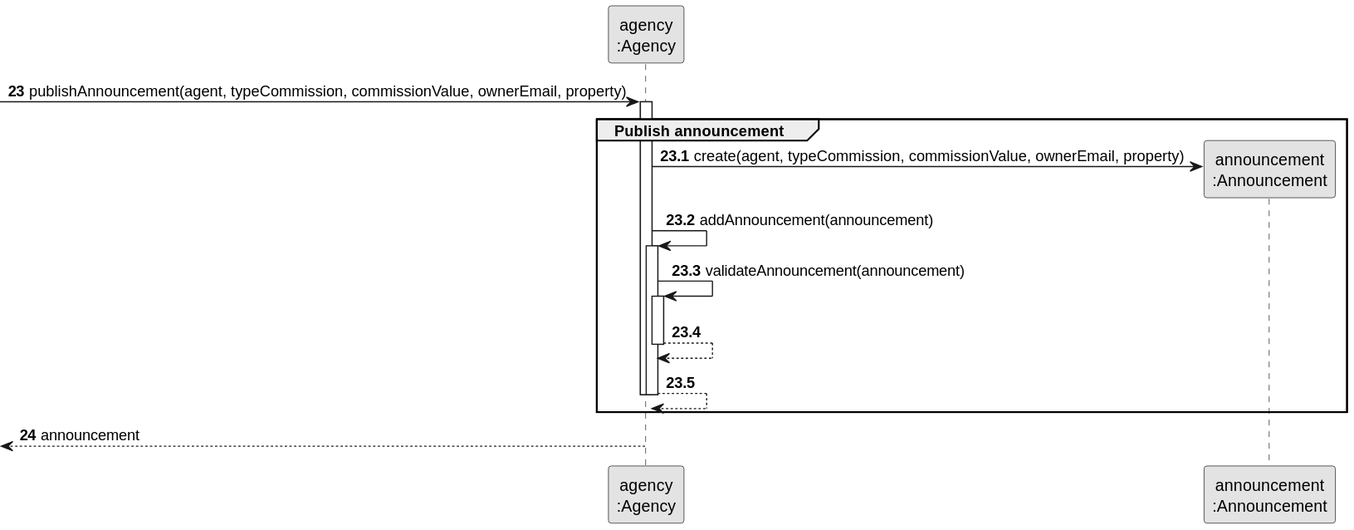
Earlier version of the PlantUML export docs/sprintB/us002/03.design/svg/us002-sequence-diagram-partial-publish-announcement.svg (rita-barbosa/LAPR2-2223). The source it was exported from:
```plantuml
@startuml
skinparam monochrome true
skinparam packageStyle rectangle
skinparam shadowing false

participant "agency\n:Agency" as AGENCY
participant "announcement\n:Announcement" as AD


autonumber 23

             -> AGENCY : publishAnnouncement(agent, typeCommission, commissionValue, ownerEmail, property)
             activate AGENCY

autonumber 23.1

    group Publish announcement


                AGENCY -> AD**: create(agent, typeCommission, commissionValue, ownerEmail, property)
                AGENCY -> AGENCY: addAnnouncement(announcement)

                activate AGENCY
                    AGENCY -> AGENCY: validateAnnouncement(announcement)
                    activate AGENCY
                        AGENCY --> AGENCY
                    deactivate AGENCY

                    AGENCY --> AGENCY
                deactivate AGENCY

            deactivate AGENCY
    end

autonumber 24

    <-- AGENCY : announcement
@enduml
```
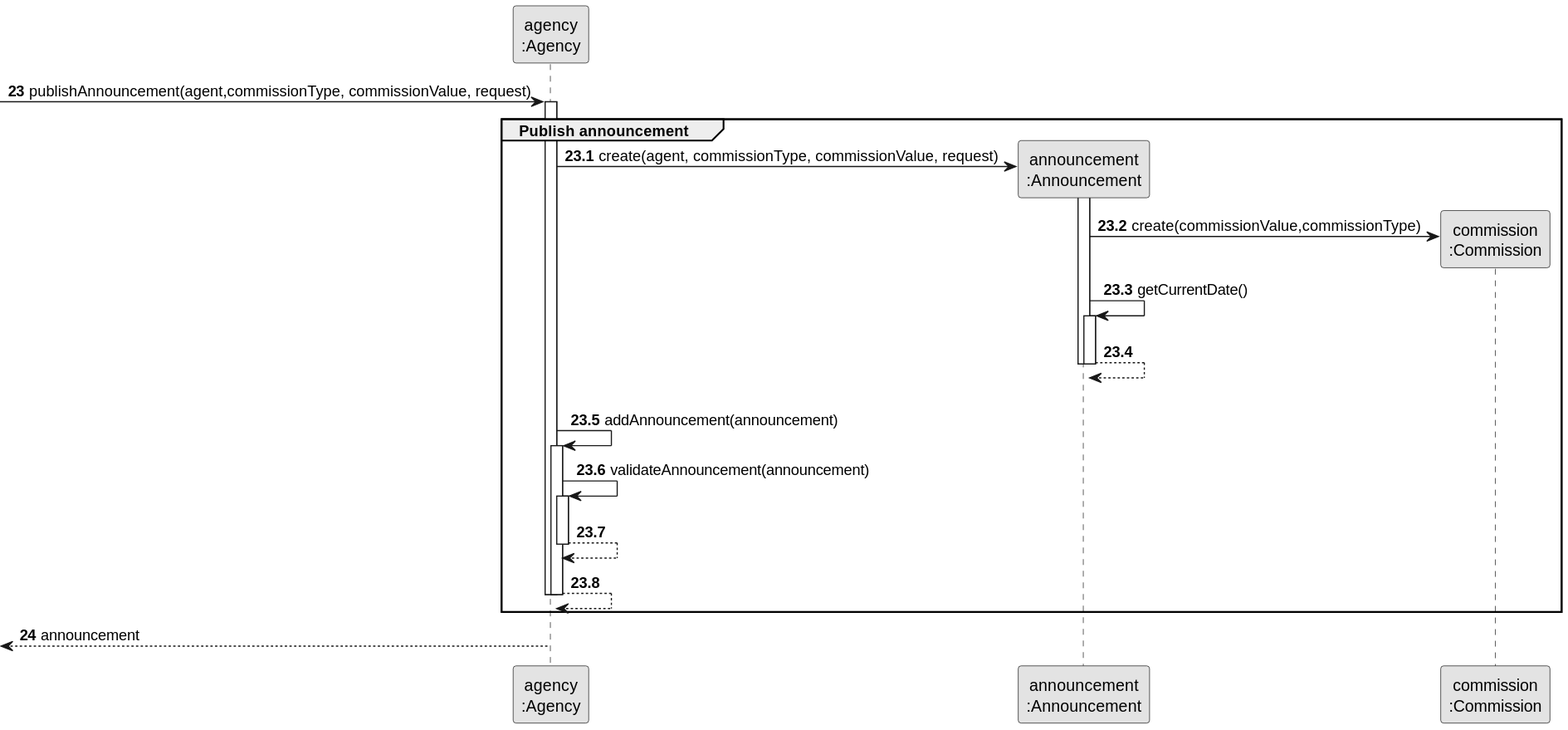
Above is the later version.

Diff of the diagram source:
```diff
@@ -5,11 +5,11 @@
 
 participant "agency\n:Agency" as AGENCY
 participant "announcement\n:Announcement" as AD
-
+participant "commission\n:Commission" as COMMISSION
 
 autonumber 23
 
-             -> AGENCY : publishAnnouncement(agent, typeCommission, commissionValue, ownerEmail, property)
+             -> AGENCY : publishAnnouncement(agent,commissionType, commissionValue, request)
              activate AGENCY
 
 autonumber 23.1
@@ -17,7 +17,18 @@
     group Publish announcement
 
 
-                AGENCY -> AD**: create(agent, typeCommission, commissionValue, ownerEmail, property)
+                AGENCY -> AD**: create(agent, commissionType, commissionValue, request)
+                activate AD
+
+                AD -> COMMISSION** : create(commissionValue,commissionType)
+
+                AD -> AD : getCurrentDate()
+                activate AD
+                AD --> AD :
+               deactivate AD
+                |||
+                deactivate AD
+
                 AGENCY -> AGENCY: addAnnouncement(announcement)
 
                 activate AGENCY
@@ -27,9 +38,10 @@
                     deactivate AGENCY
 
                     AGENCY --> AGENCY
+
                 deactivate AGENCY
 
-            deactivate AGENCY
+            deactivate  AGENCY
     end
 
 autonumber 24
```
